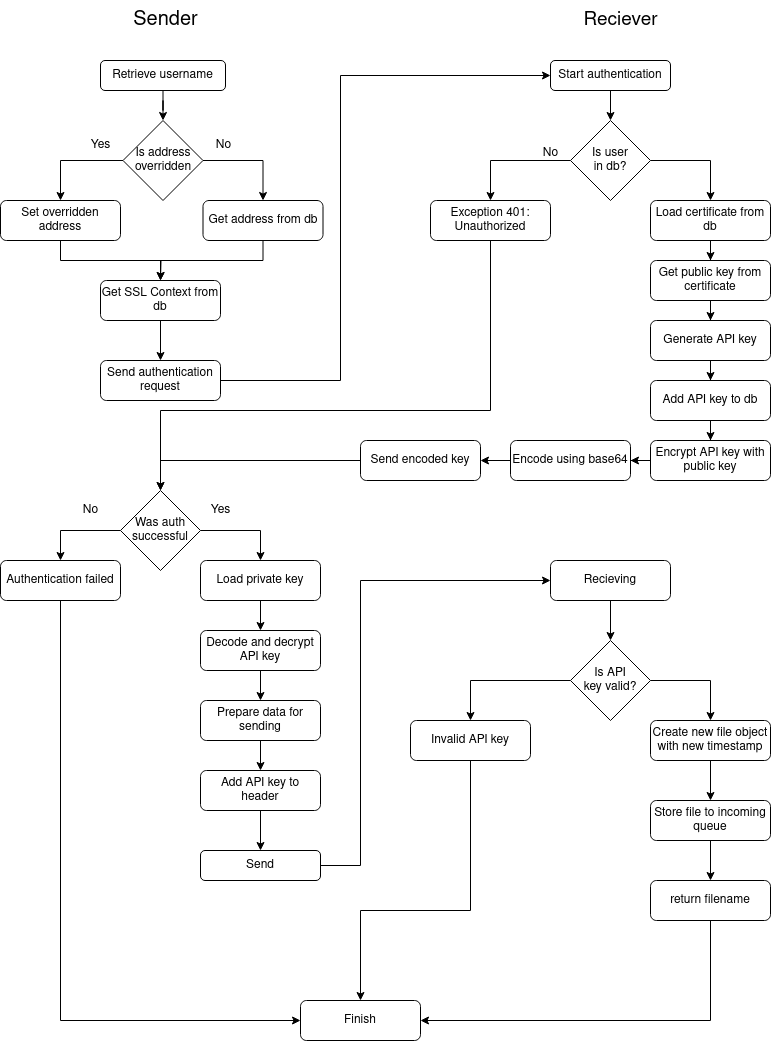
BorekZnovustvoritel/KRY-Project keeps this draw.io diagram as docs/images/file_send.png. Above is the earlier version. Source tidied: cells renumbered, new cells last; positions are measured from the earlier drawing's top-left corner, leaving out a move shared by most shapes.
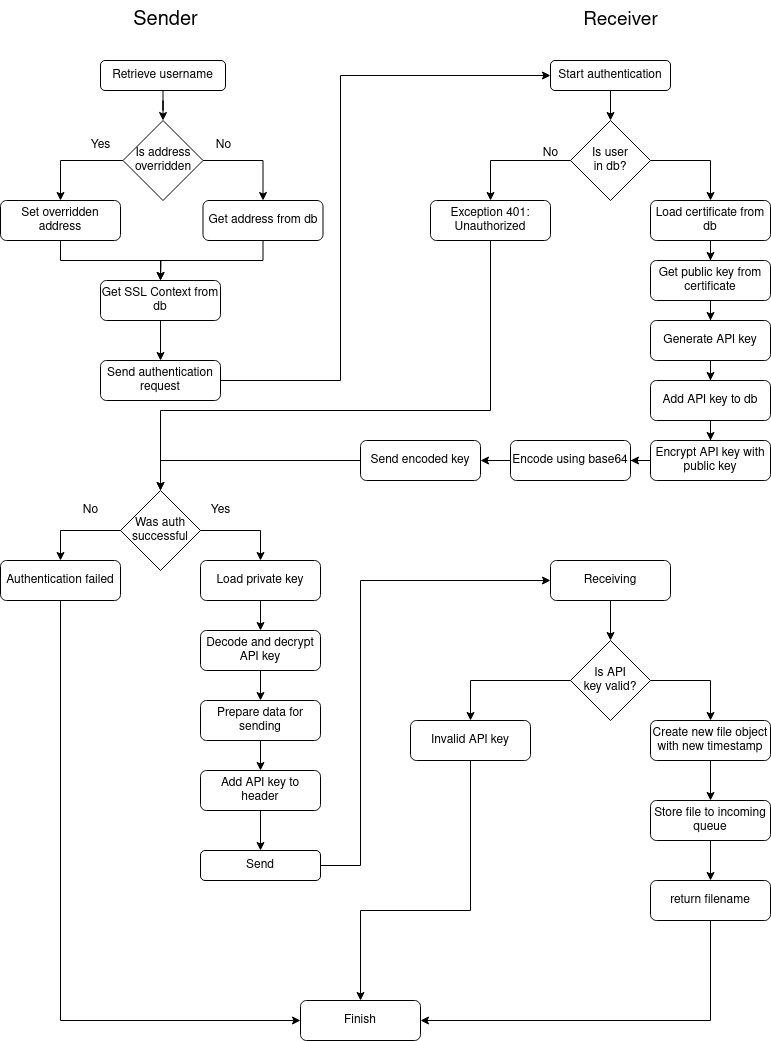
The same file after the commit.

The edit, as a diff of the source:
```diff
@@ -5,7 +5,7 @@
     <mxCell id="2" value="Sender" style="text;html=1;align=center;verticalAlign=middle;strokeColor=none;fillColor=none;fontSize=20;" parent="1" vertex="1">
       <mxGeometry x="120" width="90" height="40" as="geometry" />
     </mxCell>
-    <mxCell id="3" value="Reciever" style="text;html=1;align=center;verticalAlign=middle;strokeColor=none;fillColor=none;fontSize=19;" parent="1" vertex="1">
+    <mxCell id="3" value="Receiver" style="text;html=1;align=center;verticalAlign=middle;strokeColor=none;fillColor=none;fontSize=19;" parent="1" vertex="1">
       <mxGeometry x="570" width="100" height="40" as="geometry" />
     </mxCell>
     <mxCell id="4" style="edgeStyle=orthogonalEdgeStyle;rounded=0;jettySize=auto;html=1;" parent="1" edge="1" source="5" target="8">
@@ -213,7 +213,7 @@
     <mxCell id="59" style="edgeStyle=orthogonalEdgeStyle;rounded=0;jettySize=auto;html=1;" parent="1" edge="1" source="60" target="63">
       <mxGeometry relative="1" as="geometry" />
     </mxCell>
-    <mxCell id="60" value="Recieving" style="rounded=1;whiteSpace=wrap;html=1;" parent="1" vertex="1">
+    <mxCell id="60" value="Receiving" style="rounded=1;whiteSpace=wrap;html=1;" parent="1" vertex="1">
       <mxGeometry x="550" y="560" width="120" height="40" as="geometry" />
     </mxCell>
     <mxCell id="61" style="edgeStyle=orthogonalEdgeStyle;rounded=0;jettySize=auto;html=1;entryX=0.5;entryY=0;entryDx=0;entryDy=0;" parent="1" edge="1" source="63" target="65">
```
